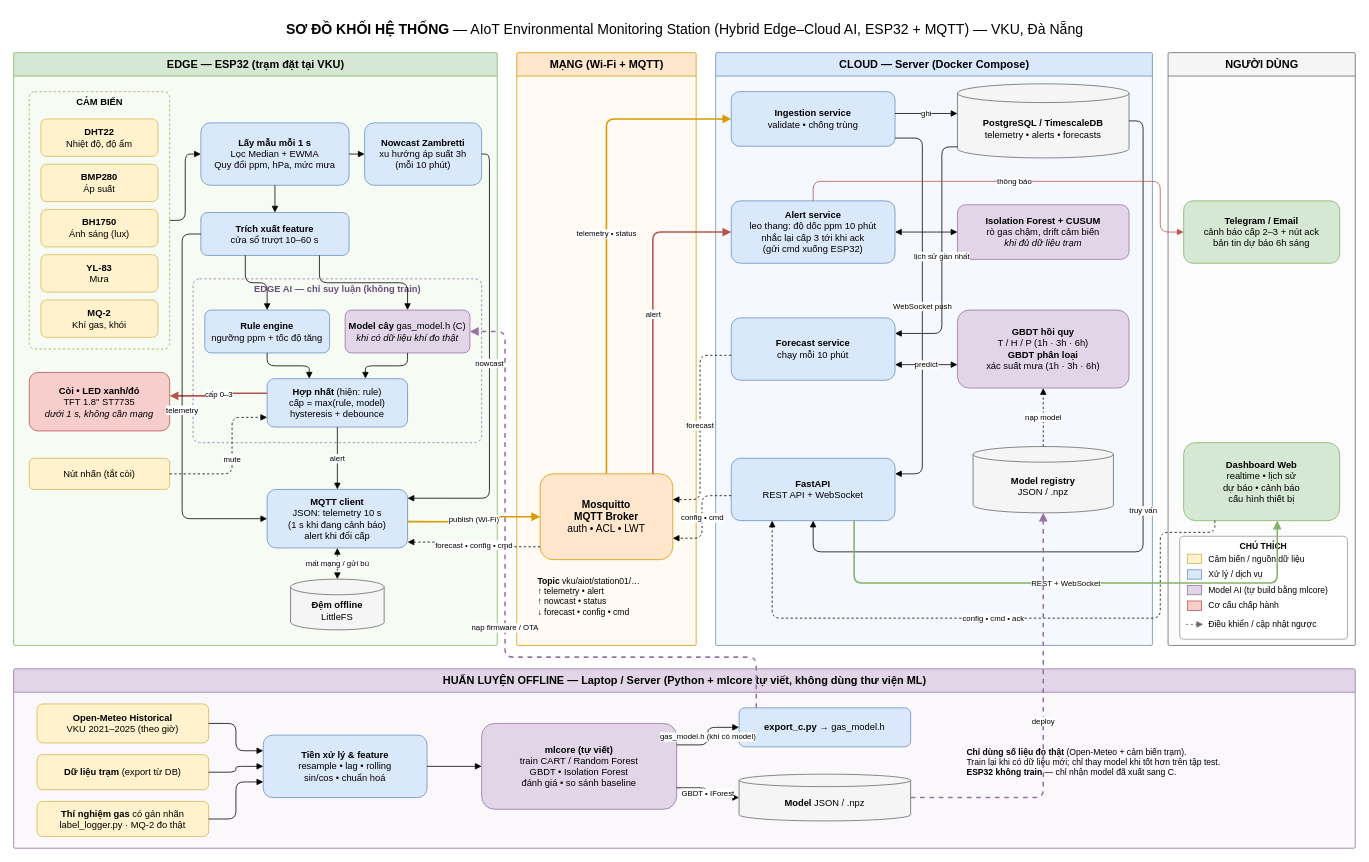
Before: docs/architecture/system_block_diagram.drawio in danhle396/pythonnhung, a draw.io diagram. Source tidied: cells renumbered, new cells numbered last; positions are measured from the earlier drawing's top-left corner, leaving out a move shared by most shapes. Both pictures are drawn from the tidied source at 78%, with x=0, y=0 at pixel (13, 13).
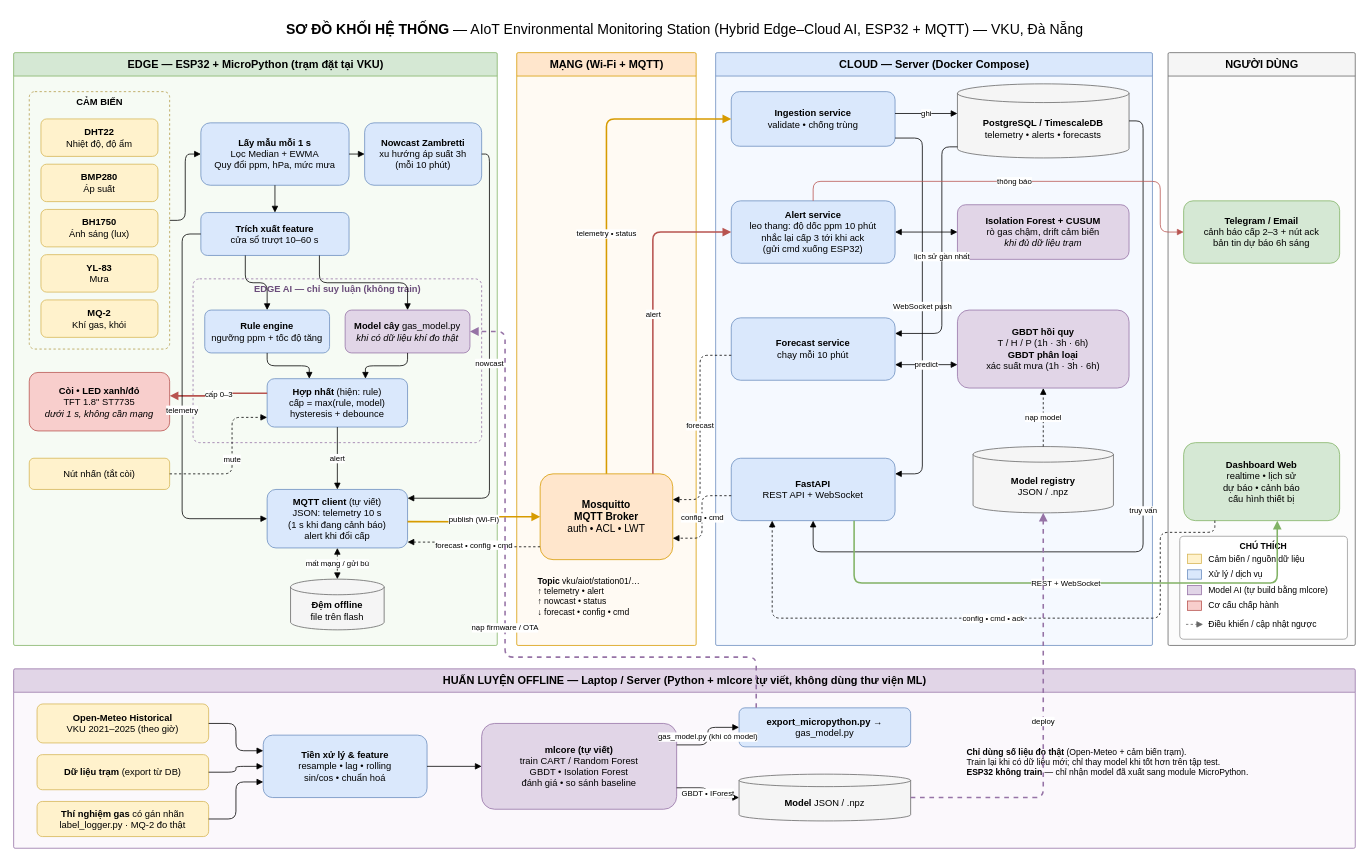
Above is the later version.

Unchanged cells that the change refers to:
```xml
<mxCell id="52" value="&lt;b&gt;mlcore (tự viết)&lt;/b&gt;&lt;br&gt;train CART / Random Forest&lt;br&gt;GBDT • Isolation Forest&lt;br&gt;đánh giá • so sánh baseline" style="rounded=1;whiteSpace=wrap;html=1;fillColor=#e1d5e7;strokeColor=#9673a6;" parent="1" vertex="1">
  <mxGeometry x="600" y="910" width="250" height="110" as="geometry" />
</mxCell>
```

Diff of the diagram source:
```diff
@@
-    <mxCell id="3" value="EDGE — ESP32 (trạm đặt tại VKU)" style="swimlane;startSize=30;html=1;fontStyle=1;fontSize=14;fillColor=#d5e8d4;strokeColor=#82b366;swimlaneFillColor=#F6FBF4;rounded=1;arcSize=2;" parent="1" vertex="1">
+    <mxCell id="3" value="EDGE — ESP32 + MicroPython (trạm đặt tại VKU)" style="swimlane;startSize=30;html=1;fontStyle=1;fontSize=14;fillColor=#d5e8d4;strokeColor=#82b366;swimlaneFillColor=#F6FBF4;rounded=1;arcSize=2;" parent="1" vertex="1">
       <mxGeometry y="50" width="620" height="760" as="geometry" />
     </mxCell>
@@
-    <mxCell id="19" value="&lt;b&gt;Model cây&lt;/b&gt; gas_model.h (C)&lt;br&gt;&lt;i&gt;khi có dữ liệu khí đo thật&lt;/i&gt;" style="rounded=1;whiteSpace=wrap;html=1;fillColor=#e1d5e7;strokeColor=#9673a6;" parent="1" vertex="1">
+    <mxCell id="19" value="&lt;b&gt;Model cây&lt;/b&gt; gas_model.py&lt;br&gt;&lt;i&gt;khi có dữ liệu khí đo thật&lt;/i&gt;" style="rounded=1;whiteSpace=wrap;html=1;fillColor=#e1d5e7;strokeColor=#9673a6;" parent="1" vertex="1">
       <mxGeometry x="425" y="380" width="160" height="55" as="geometry" />
     </mxCell>
@@
-    <mxCell id="23" value="&lt;b&gt;MQTT client&lt;/b&gt;&lt;br&gt;JSON: telemetry 10 s&lt;br&gt;(1 s khi đang cảnh báo)&lt;br&gt;alert khi đổi cấp" style="rounded=1;whiteSpace=wrap;html=1;fillColor=#dae8fc;strokeColor=#6c8ebf;" parent="1" vertex="1">
+    <mxCell id="23" value="&lt;b&gt;MQTT client&lt;/b&gt; (tự viết)&lt;br&gt;JSON: telemetry 10 s&lt;br&gt;(1 s khi đang cảnh báo)&lt;br&gt;alert khi đổi cấp" style="rounded=1;whiteSpace=wrap;html=1;fillColor=#dae8fc;strokeColor=#6c8ebf;" parent="1" vertex="1">
       <mxGeometry x="325" y="610" width="180" height="75" as="geometry" />
     </mxCell>
-    <mxCell id="24" value="&lt;b&gt;Đệm offline&lt;/b&gt;&lt;br&gt;LittleFS" style="shape=cylinder3;whiteSpace=wrap;html=1;boundedLbl=1;backgroundOutline=1;size=10;fillColor=#f5f5f5;strokeColor=#666666;" parent="1" vertex="1">
+    <mxCell id="24" value="&lt;b&gt;Đệm offline&lt;/b&gt;&lt;br&gt;file trên flash" style="shape=cylinder3;whiteSpace=wrap;html=1;boundedLbl=1;backgroundOutline=1;size=10;fillColor=#f5f5f5;strokeColor=#666666;" parent="1" vertex="1">
       <mxGeometry x="355" y="725" width="120" height="65" as="geometry" />
     </mxCell>
@@
-    <mxCell id="53" value="&lt;b&gt;export_c.py&lt;/b&gt; → gas_model.h" style="rounded=1;whiteSpace=wrap;html=1;fillColor=#dae8fc;strokeColor=#6c8ebf;" parent="1" vertex="1">
+    <mxCell id="53" value="&lt;b&gt;export_micropython.py&lt;/b&gt; → gas_model.py" style="rounded=1;whiteSpace=wrap;html=1;fillColor=#dae8fc;strokeColor=#6c8ebf;" parent="1" vertex="1">
       <mxGeometry x="930" y="890" width="220" height="50" as="geometry" />
     </mxCell>
@@
-    <mxCell id="55" value="&lt;b&gt;Chỉ dùng số liệu đo thật&lt;/b&gt; (Open-Meteo + cảm biến trạm).&lt;br&gt;Train lại khi có dữ liệu mới; chỉ thay model khi tốt hơn trên tập test.&lt;br&gt;&lt;b&gt;ESP32 không train&lt;/b&gt; — chỉ nhận model đã xuất sang C." style="text;html=1;align=left;verticalAlign=middle;fontSize=11;whiteSpace=wrap;" parent="1" vertex="1">
+    <mxCell id="55" value="&lt;b&gt;Chỉ dùng số liệu đo thật&lt;/b&gt; (Open-Meteo + cảm biến trạm).&lt;br&gt;Train lại khi có dữ liệu mới; chỉ thay model khi tốt hơn trên tập test.&lt;br&gt;&lt;b&gt;ESP32 không train&lt;/b&gt; — chỉ nhận model đã xuất sang module MicroPython." style="text;html=1;align=left;verticalAlign=middle;fontSize=11;whiteSpace=wrap;" parent="1" vertex="1">
       <mxGeometry x="1220" y="920" width="470" height="80" as="geometry" />
     </mxCell>
@@
-    <mxCell id="89" value="gas_model.h (khi có model)" style="edgeStyle=orthogonalEdgeStyle;rounded=1;html=1;endArrow=block;endFill=1;exitX=1;exitY=0.25;entryX=0;entryY=0.5;fontSize=10;labelBackgroundColor=#ffffff;" parent="1" edge="1" source="52" target="53">
+    <mxCell id="89" value="gas_model.py (khi có model)" style="edgeStyle=orthogonalEdgeStyle;rounded=1;html=1;endArrow=block;endFill=1;exitX=1;exitY=0.25;entryX=0;entryY=0.5;fontSize=10;labelBackgroundColor=#ffffff;" parent="1" edge="1" source="52" target="53">
       <mxGeometry relative="1" as="geometry" />
     </mxCell>
```
